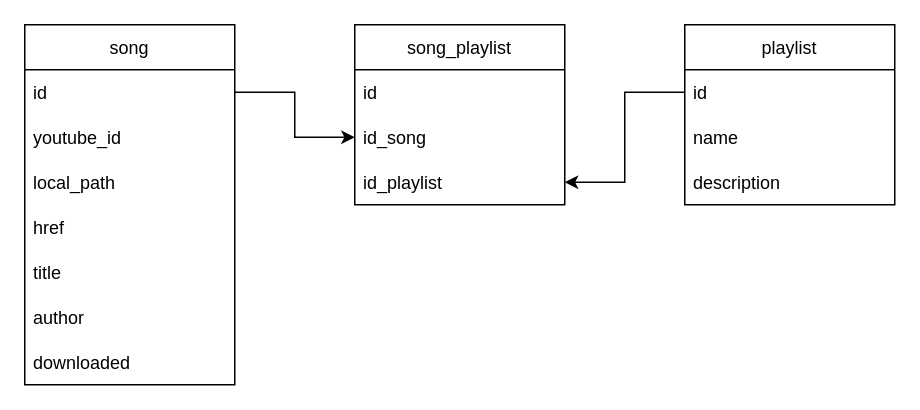
Above: Diagrams/MusicAppLocalDB.drawio in rudziktv/MusicAppMAUI (draw.io), before the change. Source tidied: cells renumbered, new cells numbered last; positions are measured from the earlier drawing's top-left corner, leaving out a move shared by most shapes. Both pictures are drawn from the tidied source at 150%, with x=0, y=0 at pixel (24, 24).
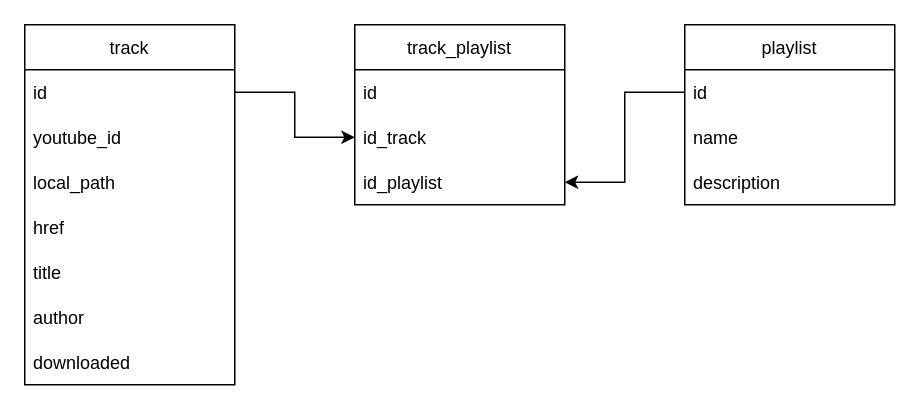
The same page after the edit.

Diff of the diagram source:
```diff
@@
 <mxGraphModel>
   <root>
     <mxCell id="0" />
     <mxCell id="1" parent="0" />
-    <mxCell id="2" value="song" style="swimlane;fontStyle=0;horizontal=1;startSize=30;" parent="1" vertex="1">
+    <mxCell id="2" value="track" style="swimlane;fontStyle=0;horizontal=1;startSize=30;" parent="1" vertex="1">
       <mxGeometry width="140" height="240" as="geometry" />
     </mxCell>
     <mxCell id="3" value="id" style="text;strokeColor=none;fillColor=none;align=left;verticalAlign=middle;spacingLeft=4;spacingRight=4;overflow=hidden;points=[[0,0.5],[1,0.5]];portConstraint=eastwest;" parent="2" vertex="1">
       <mxGeometry y="30" width="140" height="30" as="geometry" />
     </mxCell>
     <mxCell id="4" value="youtube_id" style="text;strokeColor=none;fillColor=none;align=left;verticalAlign=middle;spacingLeft=4;spacingRight=4;overflow=hidden;" parent="2" vertex="1">
       <mxGeometry y="60" width="140" height="30" as="geometry" />
     </mxCell>
     <mxCell id="5" value="local_path" style="text;strokeColor=none;fillColor=none;align=left;verticalAlign=middle;spacingLeft=4;spacingRight=4;overflow=hidden;" parent="2" vertex="1">
       <mxGeometry y="90" width="140" height="30" as="geometry" />
     </mxCell>
     <mxCell id="6" value="href" style="text;strokeColor=none;fillColor=none;align=left;verticalAlign=middle;spacingLeft=4;spacingRight=4;overflow=hidden;" parent="2" vertex="1">
       <mxGeometry y="120" width="140" height="30" as="geometry" />
     </mxCell>
     <mxCell id="7" value="title" style="text;strokeColor=none;fillColor=none;align=left;verticalAlign=middle;spacingLeft=4;spacingRight=4;overflow=hidden;" parent="2" vertex="1">
       <mxGeometry y="150" width="140" height="30" as="geometry" />
     </mxCell>
     <mxCell id="8" value="author" style="text;strokeColor=none;fillColor=none;align=left;verticalAlign=middle;spacingLeft=4;spacingRight=4;overflow=hidden;" parent="2" vertex="1">
       <mxGeometry y="180" width="140" height="30" as="geometry" />
     </mxCell>
     <mxCell id="9" value="downloaded" style="text;strokeColor=none;fillColor=none;align=left;verticalAlign=middle;spacingLeft=4;spacingRight=4;overflow=hidden;" parent="2" vertex="1">
       <mxGeometry y="210" width="140" height="30" as="geometry" />
     </mxCell>
     <mxCell id="10" value="playlist" style="swimlane;fontStyle=0;horizontal=1;startSize=30;" parent="1" vertex="1">
       <mxGeometry x="440" width="140" height="120" as="geometry" />
     </mxCell>
     <mxCell id="11" value="id" style="text;strokeColor=none;fillColor=none;align=left;verticalAlign=middle;spacingLeft=4;spacingRight=4;overflow=hidden;points=[[0,0.5],[1,0.5]];portConstraint=eastwest;" parent="10" vertex="1">
       <mxGeometry y="30" width="140" height="30" as="geometry" />
     </mxCell>
     <mxCell id="12" value="name" style="text;strokeColor=none;fillColor=none;align=left;verticalAlign=middle;spacingLeft=4;spacingRight=4;overflow=hidden;" parent="10" vertex="1">
       <mxGeometry y="60" width="140" height="30" as="geometry" />
     </mxCell>
     <mxCell id="13" value="description" style="text;strokeColor=none;fillColor=none;align=left;verticalAlign=middle;spacingLeft=4;spacingRight=4;overflow=hidden;" parent="10" vertex="1">
       <mxGeometry y="90" width="140" height="30" as="geometry" />
     </mxCell>
-    <mxCell id="14" value="song_playlist" style="swimlane;fontStyle=0;horizontal=1;startSize=30;" parent="1" vertex="1">
+    <mxCell id="14" value="track_playlist" style="swimlane;fontStyle=0;horizontal=1;startSize=30;" parent="1" vertex="1">
       <mxGeometry x="220" width="140" height="120" as="geometry" />
     </mxCell>
     <mxCell id="15" value="id" style="text;strokeColor=none;fillColor=none;align=left;verticalAlign=middle;spacingLeft=4;spacingRight=4;overflow=hidden;" parent="14" vertex="1">
       <mxGeometry y="30" width="140" height="30" as="geometry" />
     </mxCell>
-    <mxCell id="16" value="id_song" style="text;strokeColor=none;fillColor=none;align=left;verticalAlign=middle;spacingLeft=4;spacingRight=4;overflow=hidden;points=[[0,0.5],[1,0.5]];portConstraint=eastwest;" parent="14" vertex="1">
+    <mxCell id="16" value="id_track" style="text;strokeColor=none;fillColor=none;align=left;verticalAlign=middle;spacingLeft=4;spacingRight=4;overflow=hidden;points=[[0,0.5],[1,0.5]];portConstraint=eastwest;" parent="14" vertex="1">
       <mxGeometry y="60" width="140" height="30" as="geometry" />
     </mxCell>
     <mxCell id="17" value="id_playlist" style="text;strokeColor=none;fillColor=none;align=left;verticalAlign=middle;spacingLeft=4;spacingRight=4;overflow=hidden;points=[[0,0.5],[1,0.5]];portConstraint=eastwest;" parent="14" vertex="1">
       <mxGeometry y="90" width="140" height="30" as="geometry" />
     </mxCell>
     <mxCell id="18" style="edgeStyle=orthogonalEdgeStyle;rounded=0;jettySize=auto;html=1;exitX=1;exitY=0.5;exitDx=0;exitDy=0;entryX=0;entryY=0.5;entryDx=0;entryDy=0;" parent="1" edge="1" source="3" target="16">
       <mxGeometry relative="1" as="geometry" />
     </mxCell>
     <mxCell id="19" style="edgeStyle=orthogonalEdgeStyle;rounded=0;jettySize=auto;html=1;exitX=0;exitY=0.5;exitDx=0;exitDy=0;entryX=1;entryY=0.5;entryDx=0;entryDy=0;" parent="1" edge="1" source="11" target="17">
       <mxGeometry relative="1" as="geometry" />
     </mxCell>
   </root>
 </mxGraphModel>
```
